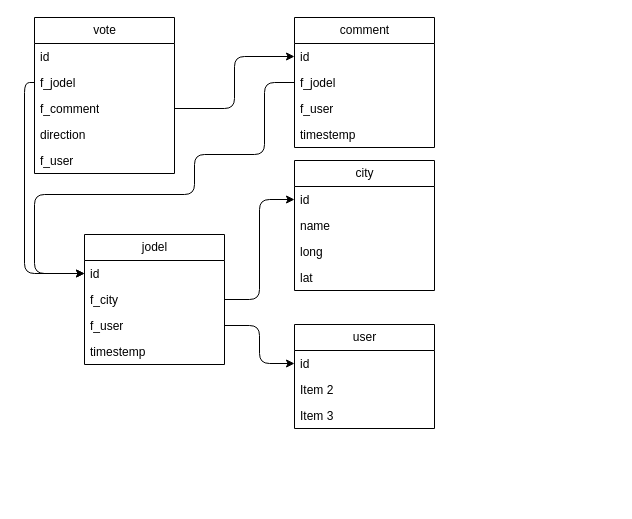
This is doc/diagram.drawio from nicolai99/hs_jodel, a draw.io file, before an edit. Source tidied: cells renumbered, new cells numbered last; positions are measured from the earlier drawing's top-left corner, leaving out a move shared by most shapes. Both pictures are drawn from the tidied source at 100%, with x=0, y=0 at pixel (34, 17).
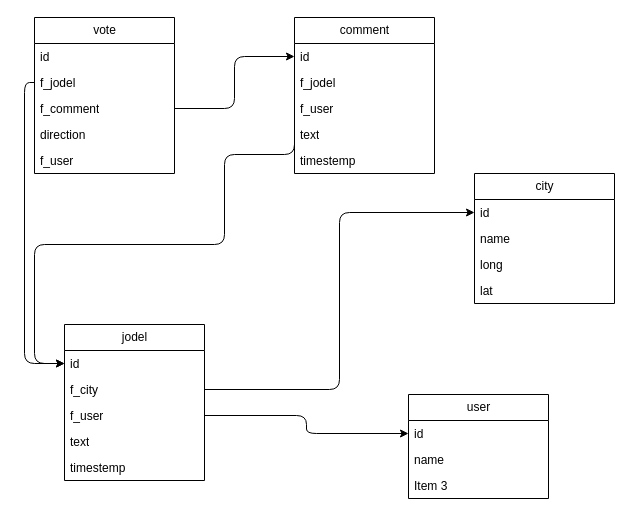
The same page after the edit.

Unchanged cells that the change refers to:
```xml
<mxCell id="10" value="id" style="text;strokeColor=none;fillColor=none;align=left;verticalAlign=top;spacingLeft=4;spacingRight=4;overflow=hidden;points=[[0,0.5],[1,0.5]];portConstraint=eastwest;whiteSpace=wrap;html=1;" parent="9" vertex="1">
  <mxGeometry y="26" width="140" height="26" as="geometry" />
</mxCell>
<mxCell id="16" value="f_jodel" style="text;strokeColor=none;fillColor=none;align=left;verticalAlign=top;spacingLeft=4;spacingRight=4;overflow=hidden;points=[[0,0.5],[1,0.5]];portConstraint=eastwest;whiteSpace=wrap;html=1;" parent="14" vertex="1">
  <mxGeometry y="52" width="140" height="26" as="geometry" />
</mxCell>
```

Diff of the diagram source:
```diff
@@
     <mxCell id="9" value="jodel" style="swimlane;fontStyle=0;horizontal=1;startSize=26;fillColor=none;html=1;" parent="1" vertex="1">
-      <mxGeometry x="50" y="217" width="140" height="130" as="geometry" />
+      <mxGeometry x="30" y="307" width="140" height="156" as="geometry" />
     </mxCell>
@@
+    <mxCell id="32" value="text" style="text;strokeColor=none;fillColor=none;align=left;verticalAlign=top;spacingLeft=4;spacingRight=4;overflow=hidden;whiteSpace=wrap;html=1;" parent="9" vertex="1">
+      <mxGeometry y="104" width="140" height="26" as="geometry" />
+    </mxCell>
     <mxCell id="13" value="timestemp" style="text;strokeColor=none;fillColor=none;align=left;verticalAlign=top;spacingLeft=4;spacingRight=4;overflow=hidden;whiteSpace=wrap;html=1;" parent="9" vertex="1">
-      <mxGeometry y="104" width="140" height="26" as="geometry" />
+      <mxGeometry y="130" width="140" height="26" as="geometry" />
     </mxCell>
     <mxCell id="14" value="comment" style="swimlane;fontStyle=0;horizontal=1;startSize=26;fillColor=none;html=1;" parent="1" vertex="1">
-      <mxGeometry x="260" width="140" height="130" as="geometry" />
+      <mxGeometry x="260" width="140" height="156" as="geometry" />
     </mxCell>
@@
+    <mxCell id="33" value="text" style="text;strokeColor=none;fillColor=none;align=left;verticalAlign=top;spacingLeft=4;spacingRight=4;overflow=hidden;whiteSpace=wrap;html=1;" parent="14" vertex="1">
+      <mxGeometry y="104" width="140" height="26" as="geometry" />
+    </mxCell>
     <mxCell id="18" value="timestemp" style="text;strokeColor=none;fillColor=none;align=left;verticalAlign=top;spacingLeft=4;spacingRight=4;overflow=hidden;whiteSpace=wrap;html=1;" parent="14" vertex="1">
-      <mxGeometry y="104" width="140" height="26" as="geometry" />
+      <mxGeometry y="130" width="140" height="26" as="geometry" />
     </mxCell>
     <mxCell id="19" value="city" style="swimlane;fontStyle=0;horizontal=1;startSize=26;fillColor=none;html=1;" parent="1" vertex="1">
-      <mxGeometry x="260" y="143" width="140" height="130" as="geometry" />
+      <mxGeometry x="440" y="156" width="140" height="130" as="geometry" />
     </mxCell>
@@
     <mxCell id="24" value="user" style="swimlane;fontStyle=0;horizontal=1;startSize=26;fillColor=none;html=1;" parent="1" vertex="1">
-      <mxGeometry x="260" y="307" width="140" height="104" as="geometry" />
+      <mxGeometry x="374" y="377" width="140" height="104" as="geometry" />
     </mxCell>
@@
-    <mxCell id="26" value="Item 2" style="text;strokeColor=none;fillColor=none;align=left;verticalAlign=top;spacingLeft=4;spacingRight=4;overflow=hidden;whiteSpace=wrap;html=1;" parent="24" vertex="1">
+    <mxCell id="26" value="name" style="text;strokeColor=none;fillColor=none;align=left;verticalAlign=top;spacingLeft=4;spacingRight=4;overflow=hidden;whiteSpace=wrap;html=1;" parent="24" vertex="1">
       <mxGeometry y="52" width="140" height="26" as="geometry" />
     </mxCell>
@@
     <mxCell id="28" style="edgeStyle=orthogonalEdgeStyle;html=1;entryX=0;entryY=0.5;entryDx=0;entryDy=0;exitX=0;exitY=0.5;exitDx=0;exitDy=0;" parent="1" edge="1" source="16" target="10">
       <mxGeometry relative="1" as="geometry">
         <Array as="points">
-          <mxPoint x="230" y="137" />
-          <mxPoint x="160" y="137" />
-          <mxPoint x="160" y="177" />
-          <mxPoint y="177" />
-          <mxPoint y="256" />
+          <mxPoint x="260" y="137" />
+          <mxPoint x="190" y="137" />
+          <mxPoint x="190" y="227" />
+          <mxPoint y="227" />
+          <mxPoint y="346" />
         </Array>
       </mxGeometry>
     </mxCell>
```
